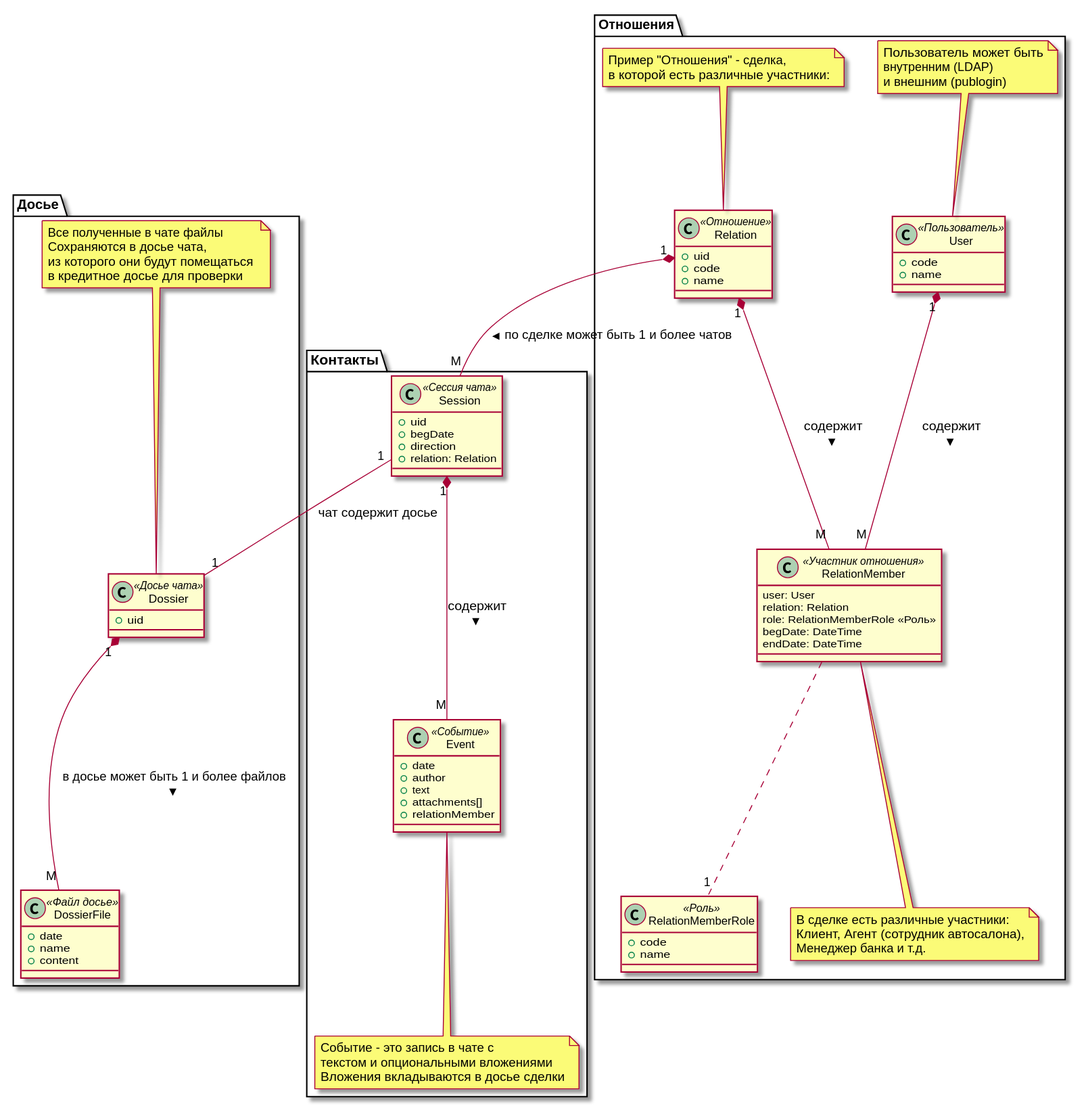
Above: docs/model.svg in ilb/chatbox (PlantUML), before the change.
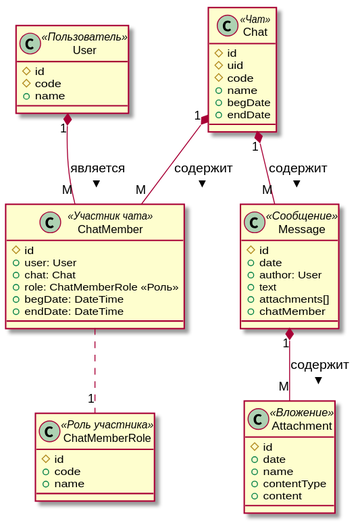
After the commit.

Commit message:
модель данных

Change to the diagram source:
```diff
@@ -1,104 +1,63 @@
 @startuml model
 
-package "Отношения" {
-
   class User<<Пользователь>>{
-    + code
+    # id
+    # code
     + name
   }
-  note top of User
-    Пользователь может быть
-    внутренним (LDAP)
-    и внешним (publogin)
-  end note
 
-  class Relation <<Отношение>>{
-    + uid
+  class Chat <<Чат>>{
+    # id
+    # uid
+    # code
+    + name
+    + begDate
+    + endDate
+  }
+
+  class ChatMemberRole <<Роль участника>>{
+    # id
     + code
     + name
   }
 
-  note top of Relation
-    Пример "Отношения" - сделка,
-    в которой есть различные участники:
-  end note
+  ChatMember .. "1" ChatMemberRole
+
+  class ChatMember<<Участник чата>> {
+    # id
+    + user: User
+    + chat: Chat
+    + role: ChatMemberRole <<Роль>>
+    + begDate: DateTime
+    + endDate: DateTime
+  }
+
+  User "1" *-- "M" ChatMember : является >
+  Chat "1" *-- "M" ChatMember : содержит >
 
 
-  class RelationMemberRole <<Роль>>{
-    + code
-    + name
+  class Message <<Сообщение>>{
+    # id
+    + date
+    + author: User
+    + text
+    + attachments[]
+    + chatMember
   }
 
-  RelationMember .. "1" RelationMemberRole
-
-  class RelationMember<<Участник отношения>> {
-    user: User
-    relation: Relation
-    role: RelationMemberRole <<Роль>>
-    begDate: DateTime
-    endDate: DateTime
-  }
-  note bottom of RelationMember
-    В сделке есть различные участники:
-    Клиент, Агент (сотрудник автосалона),
-    Менеджер банка и т.д.
-  end note
-
-  User "1" *-- "M" RelationMember : содержит >
-  Relation "1" *-- "M" RelationMember : содержит >
-
-}
-
-
-package "Контакты" {
-  class Session <<Сессия чата>>{
-    + uid
-    + begDate
-    + direction
-    + relation: Relation
-  }
-
-  class Event <<Событие>>{
-    + date
-    + author
-    + text
-    + attachments[]
-    + relationMember
-  }
-
-  note bottom of Event
-    Событие - это запись в чате с
-    текстом и опциональными вложениями
-    Вложения вкладываются в досье сделки
-  end note
-  Session "1" *-- "M" Event : содержит >
-
-}
-
-Relation "1" *-- "M" Session : по сделке может быть 1 и более чатов >
-
-
-package "Досье" {
-  class Dossier <<Досье чата>>{
-    + uid
-  }
-  note top of Dossier
-    Все полученные в чате файлы
-    Сохраняются в досье чата,
-    из которого они будут помещаться
-    в кредитное досье для проверки
-  end note
-
-  class DossierFile <<Файл досье>>{
+  class Attachment <<Вложение>>{
+    # id
     + date
     + name
+    + contentType
     + content
   }
 
+  Message "1" *-- "M" Attachment : содержит >
 
-  Dossier "1" *-- "M" DossierFile : в досье может быть 1 и более файлов >
 
-}
-Session "1" -- "1" Dossier: чат содержит досье
+  Chat "1" *-- "M" Message : содержит >
+
+
 
 @enduml
```
